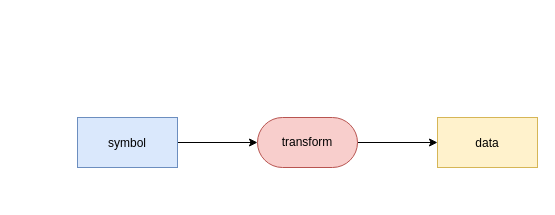
Above: demo.drawio in zonnesmit/thesis (draw.io), before the change. Source tidied: cells renumbered, new cells numbered last; positions are measured from the earlier drawing's top-left corner, leaving out a move shared by most shapes. Both pictures are drawn from the tidied source at 100%, with x=0, y=0 at pixel (77, 117).
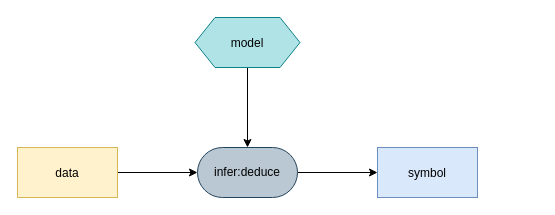
The same page after the edit.

Diff of the diagram source:
```diff
@@
 <mxGraphModel>
   <root>
     <mxCell id="0" />
     <mxCell id="1" parent="0" />
-    <mxCell id="2" style="edgeStyle=orthogonalEdgeStyle;rounded=0;jettySize=auto;html=1;exitX=1;exitY=0.5;exitDx=0;exitDy=0;entryX=0;entryY=0.5;entryDx=0;entryDy=0;" parent="1" edge="1" source="3" target="4">
-      <mxGeometry relative="1" as="geometry" />
-    </mxCell>
-    <mxCell id="3" value="transform" style="rounded=1;whiteSpace=wrap;html=1;arcSize=50;fillColor=#f8cecc;strokeColor=#b85450;" parent="1" vertex="1">
-      <mxGeometry x="180" width="100" height="50" as="geometry" />
-    </mxCell>
+    <mxCell id="7" style="edgeStyle=orthogonalEdgeStyle;rounded=0;jettySize=auto;html=1;exitX=1;exitY=0.5;exitDx=0;exitDy=0;entryX=0;entryY=0.5;entryDx=0;entryDy=0;" parent="1" edge="1" source="4" target="9">
+      <mxGeometry relative="1" as="geometry" />
+    </mxCell>
     <mxCell id="4" value="data" style="rectangle;fillColor=#fff2cc;strokeColor=#d6b656;" parent="1" vertex="1">
-      <mxGeometry x="360" width="100" height="50" as="geometry" />
+      <mxGeometry x="-60" y="30" width="100" height="50" as="geometry" />
     </mxCell>
-    <mxCell id="5" style="edgeStyle=orthogonalEdgeStyle;rounded=0;jettySize=auto;html=1;entryX=0;entryY=0.5;entryDx=0;entryDy=0;" parent="1" edge="1" source="6" target="3">
-      <mxGeometry relative="1" as="geometry" />
-    </mxCell>
+    <mxCell id="8" style="edgeStyle=orthogonalEdgeStyle;rounded=0;jettySize=auto;html=1;exitX=1;exitY=0.5;exitDx=0;exitDy=0;entryX=0;entryY=0.5;entryDx=0;entryDy=0;" parent="1" edge="1" source="9" target="6">
+      <mxGeometry relative="1" as="geometry" />
+    </mxCell>
+    <mxCell id="9" value="infer:deduce" style="rounded=1;whiteSpace=wrap;html=1;arcSize=50;fillColor=#bac8d3;strokeColor=#23445d;" parent="1" vertex="1">
+      <mxGeometry x="120" y="30" width="100" height="50" as="geometry" />
+    </mxCell>
     <mxCell id="6" value="symbol" style="rectangle;fillColor=#dae8fc;strokeColor=#6c8ebf;" parent="1" vertex="1">
-      <mxGeometry width="100" height="50" as="geometry" />
+      <mxGeometry x="300" y="30" width="100" height="50" as="geometry" />
     </mxCell>
+    <mxCell id="10" style="edgeStyle=orthogonalEdgeStyle;rounded=0;jettySize=auto;html=1;entryX=0.5;entryY=0;entryDx=0;entryDy=0;" parent="1" edge="1" source="11" target="9">
+      <mxGeometry relative="1" as="geometry" />
+    </mxCell>
+    <mxCell id="11" value="model" style="shape=hexagon;perimeter=hexagonPerimeter2;fillColor=#b0e3e6;strokeColor=#0e8088;size=0.19047619047619047;" parent="1" vertex="1">
+      <mxGeometry x="117.5" y="-100" width="105" height="50" as="geometry" />
+    </mxCell>
   </root>
 </mxGraphModel>
```
